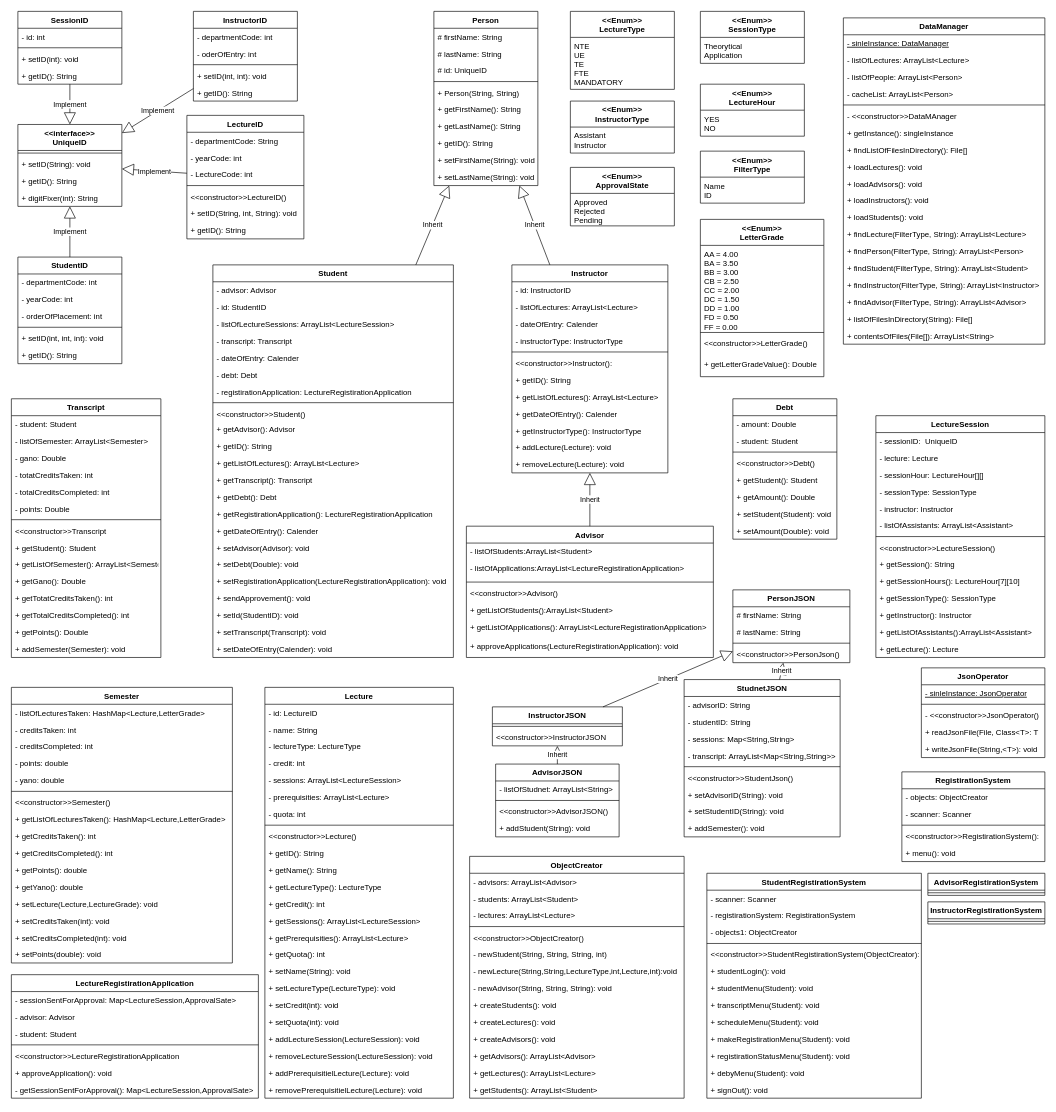
This is DCD(not completed).drawio from gitsametcan/CSE3063F22P1_GRP1, a draw.io file, before an edit. Source tidied: cells renumbered, new cells numbered last; positions are measured from the earlier drawing's top-left corner, leaving out a move shared by most shapes. Both pictures are drawn from the tidied source at 65%, with x=0, y=0 at pixel (11, 11).
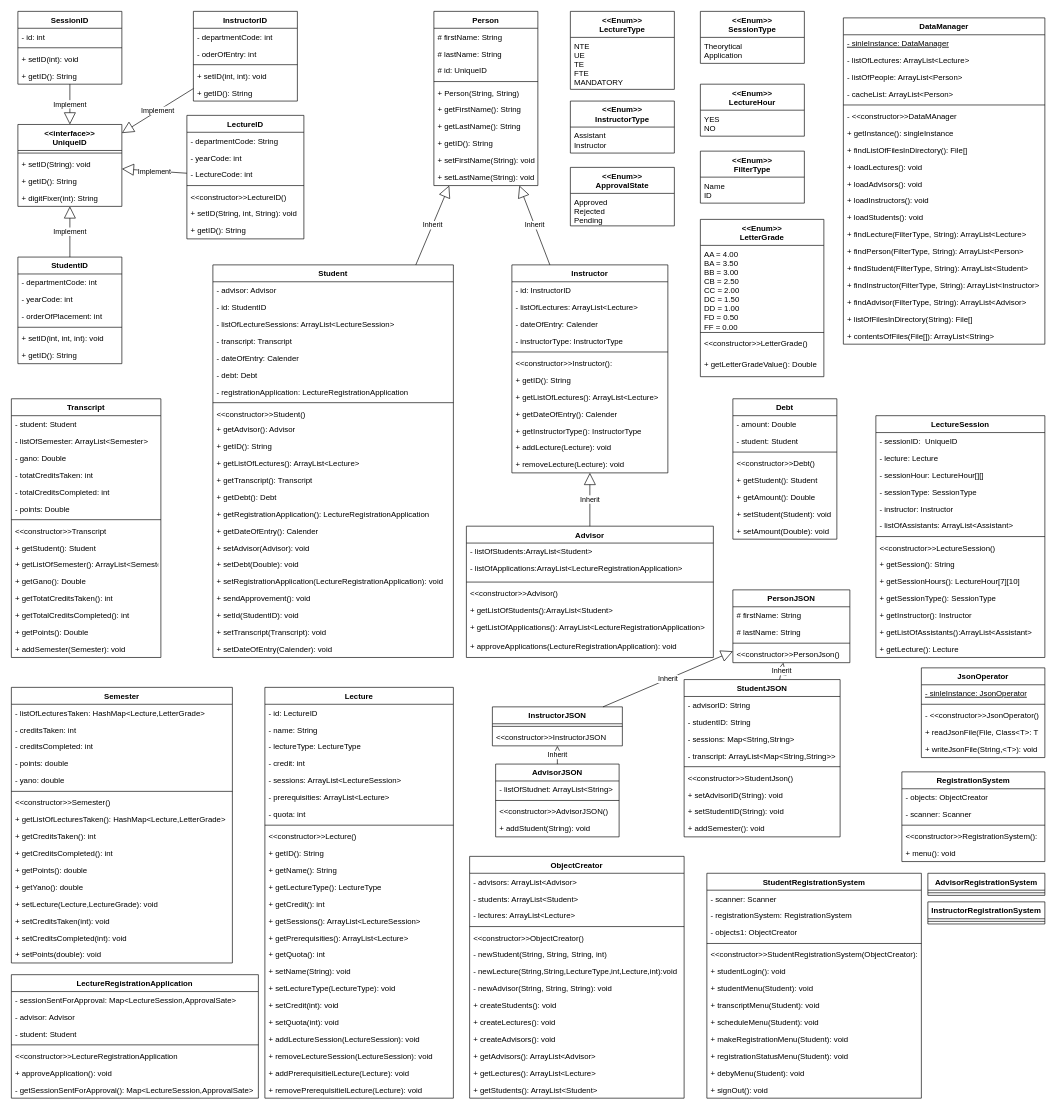
Above is the later version.

Unchanged cells that the change refers to:
```xml
<mxCell id="13" value="Student" style="swimlane;fontStyle=1;align=center;verticalAlign=top;horizontal=1;startSize=26;" parent="1" vertex="1">
  <mxGeometry x="310" y="390" width="370" height="604" as="geometry" />
</mxCell>
<mxCell id="75" value="Advisor" style="swimlane;fontStyle=1;align=center;verticalAlign=top;horizontal=1;startSize=26;" parent="1" vertex="1">
  <mxGeometry x="700" y="792" width="380" height="202" as="geometry" />
</mxCell>
```

What changed in the source:
```diff
@@
-    <mxCell id="20" value="- registirationApplication: LectureRegistirationApplication" style="text;strokeColor=none;fillColor=none;align=left;verticalAlign=top;spacingLeft=4;spacingRight=4;overflow=hidden;" parent="13" vertex="1">
+    <mxCell id="20" value="- registrationApplication: LectureRegistrationApplication" style="text;strokeColor=none;fillColor=none;align=left;verticalAlign=top;spacingLeft=4;spacingRight=4;overflow=hidden;" parent="13" vertex="1">
       <mxGeometry y="182" width="370" height="26" as="geometry" />
     </mxCell>
@@
-    <mxCell id="28" value="+ getRegistirationApplication(): LectureRegistirationApplication" style="text;strokeColor=none;fillColor=none;align=left;verticalAlign=top;spacingLeft=4;spacingRight=4;overflow=hidden;" parent="13" vertex="1">
+    <mxCell id="28" value="+ getRegistrationApplication(): LectureRegistrationApplication" style="text;strokeColor=none;fillColor=none;align=left;verticalAlign=top;spacingLeft=4;spacingRight=4;overflow=hidden;" parent="13" vertex="1">
       <mxGeometry y="370" width="370" height="26" as="geometry" />
     </mxCell>
@@
-    <mxCell id="32" value="+ setRegistirationApplication(LectureRegistirationApplication): void" style="text;strokeColor=none;fillColor=none;align=left;verticalAlign=top;spacingLeft=4;spacingRight=4;overflow=hidden;" parent="13" vertex="1">
+    <mxCell id="32" value="+ setRegistrationApplication(LectureRegistrationApplication): void" style="text;strokeColor=none;fillColor=none;align=left;verticalAlign=top;spacingLeft=4;spacingRight=4;overflow=hidden;" parent="13" vertex="1">
       <mxGeometry y="474" width="370" height="26" as="geometry" />
     </mxCell>
@@
-    <mxCell id="77" value="- listOfApplications:ArrayList&lt;LectureRegistirationApplication&gt;" style="text;strokeColor=none;fillColor=none;align=left;verticalAlign=top;spacingLeft=4;spacingRight=4;overflow=hidden;" parent="75" vertex="1">
+    <mxCell id="77" value="- listOfApplications:ArrayList&lt;LectureRegistrationApplication&gt;" style="text;strokeColor=none;fillColor=none;align=left;verticalAlign=top;spacingLeft=4;spacingRight=4;overflow=hidden;" parent="75" vertex="1">
       <mxGeometry y="52" width="380" height="30" as="geometry" />
     </mxCell>
@@
-    <mxCell id="81" value="+ getListOfApplications(): ArrayList&lt;LectureRegistirationApplication&gt;" style="text;strokeColor=none;fillColor=none;align=left;verticalAlign=top;spacingLeft=4;spacingRight=4;overflow=hidden;" parent="75" vertex="1">
+    <mxCell id="81" value="+ getListOfApplications(): ArrayList&lt;LectureRegistrationApplication&gt;" style="text;strokeColor=none;fillColor=none;align=left;verticalAlign=top;spacingLeft=4;spacingRight=4;overflow=hidden;" parent="75" vertex="1">
       <mxGeometry y="142" width="380" height="30" as="geometry" />
     </mxCell>
-    <mxCell id="82" value="+ approveApplications(LectureRegistirationApplication): void" style="text;strokeColor=none;fillColor=none;align=left;verticalAlign=top;spacingLeft=4;spacingRight=4;overflow=hidden;" parent="75" vertex="1">
+    <mxCell id="82" value="+ approveApplications(LectureRegistrationApplication): void" style="text;strokeColor=none;fillColor=none;align=left;verticalAlign=top;spacingLeft=4;spacingRight=4;overflow=hidden;" parent="75" vertex="1">
       <mxGeometry y="172" width="380" height="30" as="geometry" />
     </mxCell>
@@
-    <mxCell id="166" value="LectureRegistirationApplication" style="swimlane;fontStyle=1;align=center;verticalAlign=top;horizontal=1;startSize=26;" parent="1" vertex="1">
+    <mxCell id="166" value="LectureRegistrationApplication" style="swimlane;fontStyle=1;align=center;verticalAlign=top;horizontal=1;startSize=26;" parent="1" vertex="1">
       <mxGeometry y="1482" width="380" height="190" as="geometry" />
     </mxCell>
@@
-    <mxCell id="171" value="&lt;&lt;constructor&gt;&gt;LectureRegistirationApplication" style="text;strokeColor=none;fillColor=none;align=left;verticalAlign=top;spacingLeft=4;spacingRight=4;overflow=hidden;" parent="166" vertex="1">
+    <mxCell id="171" value="&lt;&lt;constructor&gt;&gt;LectureRegistrationApplication" style="text;strokeColor=none;fillColor=none;align=left;verticalAlign=top;spacingLeft=4;spacingRight=4;overflow=hidden;" parent="166" vertex="1">
       <mxGeometry y="112" width="380" height="26" as="geometry" />
     </mxCell>
@@
-    <mxCell id="217" value="StudnetJSON" style="swimlane;fontStyle=1;align=center;verticalAlign=top;horizontal=1;startSize=26;" parent="1" vertex="1">
+    <mxCell id="217" value="StudentJSON" style="swimlane;fontStyle=1;align=center;verticalAlign=top;horizontal=1;startSize=26;" parent="1" vertex="1">
       <mxGeometry x="1035" y="1028" width="240" height="242" as="geometry" />
     </mxCell>
@@
-    <mxCell id="270" value="RegistirationSystem" style="swimlane;fontStyle=1;align=center;verticalAlign=top;horizontal=1;startSize=26;" parent="1" vertex="1">
+    <mxCell id="270" value="RegistrationSystem" style="swimlane;fontStyle=1;align=center;verticalAlign=top;horizontal=1;startSize=26;" parent="1" vertex="1">
       <mxGeometry x="1370" y="1170" width="220" height="138" as="geometry" />
     </mxCell>
@@
-    <mxCell id="274" value="&lt;&lt;constructor&gt;&gt;RegistirationSystem():" style="text;strokeColor=none;fillColor=none;align=left;verticalAlign=top;spacingLeft=4;spacingRight=4;overflow=hidden;" parent="270" vertex="1">
+    <mxCell id="274" value="&lt;&lt;constructor&gt;&gt;RegistrationSystem():" style="text;strokeColor=none;fillColor=none;align=left;verticalAlign=top;spacingLeft=4;spacingRight=4;overflow=hidden;" parent="270" vertex="1">
       <mxGeometry y="86" width="220" height="26" as="geometry" />
     </mxCell>
@@
-    <mxCell id="276" value="StudentRegistirationSystem" style="swimlane;fontStyle=1;align=center;verticalAlign=top;horizontal=1;startSize=26;" parent="1" vertex="1">
+    <mxCell id="276" value="StudentRegistrationSystem" style="swimlane;fontStyle=1;align=center;verticalAlign=top;horizontal=1;startSize=26;" parent="1" vertex="1">
       <mxGeometry x="1070" y="1326" width="330" height="346" as="geometry" />
     </mxCell>
@@
-    <mxCell id="278" value="- registirationSystem: RegistirationSystem" style="text;strokeColor=none;fillColor=none;align=left;verticalAlign=top;spacingLeft=4;spacingRight=4;overflow=hidden;" parent="276" vertex="1">
+    <mxCell id="278" value="- registrationSystem: RegistrationSystem" style="text;strokeColor=none;fillColor=none;align=left;verticalAlign=top;spacingLeft=4;spacingRight=4;overflow=hidden;" parent="276" vertex="1">
       <mxGeometry y="52" width="330" height="26" as="geometry" />
     </mxCell>
@@
-    <mxCell id="281" value="&lt;&lt;constructor&gt;&gt;StudentRegistirationSystem(ObjectCreator):" style="text;strokeColor=none;fillColor=none;align=left;verticalAlign=top;spacingLeft=4;spacingRight=4;overflow=hidden;" parent="276" vertex="1">
+    <mxCell id="281" value="&lt;&lt;constructor&gt;&gt;StudentRegistrationSystem(ObjectCreator):" style="text;strokeColor=none;fillColor=none;align=left;verticalAlign=top;spacingLeft=4;spacingRight=4;overflow=hidden;" parent="276" vertex="1">
       <mxGeometry y="112" width="330" height="26" as="geometry" />
     </mxCell>
@@
-    <mxCell id="286" value="+ makeRegistirationMenu(Student): void" style="text;strokeColor=none;fillColor=none;align=left;verticalAlign=top;spacingLeft=4;spacingRight=4;overflow=hidden;" parent="276" vertex="1">
+    <mxCell id="286" value="+ makeRegistrationMenu(Student): void" style="text;strokeColor=none;fillColor=none;align=left;verticalAlign=top;spacingLeft=4;spacingRight=4;overflow=hidden;" parent="276" vertex="1">
       <mxGeometry y="242" width="330" height="26" as="geometry" />
     </mxCell>
-    <mxCell id="287" value="+ registirationStatusMenu(Student): void" style="text;strokeColor=none;fillColor=none;align=left;verticalAlign=top;spacingLeft=4;spacingRight=4;overflow=hidden;" parent="276" vertex="1">
+    <mxCell id="287" value="+ registrationStatusMenu(Student): void" style="text;strokeColor=none;fillColor=none;align=left;verticalAlign=top;spacingLeft=4;spacingRight=4;overflow=hidden;" parent="276" vertex="1">
       <mxGeometry y="268" width="330" height="26" as="geometry" />
     </mxCell>
@@
-    <mxCell id="290" value="InstructorRegistirationSystem" style="swimlane;fontStyle=1;align=center;verticalAlign=top;horizontal=1;startSize=26;" parent="1" vertex="1">
+    <mxCell id="290" value="InstructorRegistrationSystem" style="swimlane;fontStyle=1;align=center;verticalAlign=top;horizontal=1;startSize=26;" parent="1" vertex="1">
       <mxGeometry x="1410" y="1370" width="180" height="34" as="geometry" />
     </mxCell>
@@
-    <mxCell id="292" value="AdvisorRegistirationSystem" style="swimlane;fontStyle=1;align=center;verticalAlign=top;horizontal=1;startSize=26;" parent="1" vertex="1">
+    <mxCell id="292" value="AdvisorRegistrationSystem" style="swimlane;fontStyle=1;align=center;verticalAlign=top;horizontal=1;startSize=26;" parent="1" vertex="1">
       <mxGeometry x="1410" y="1326" width="180" height="34" as="geometry" />
     </mxCell>
```
